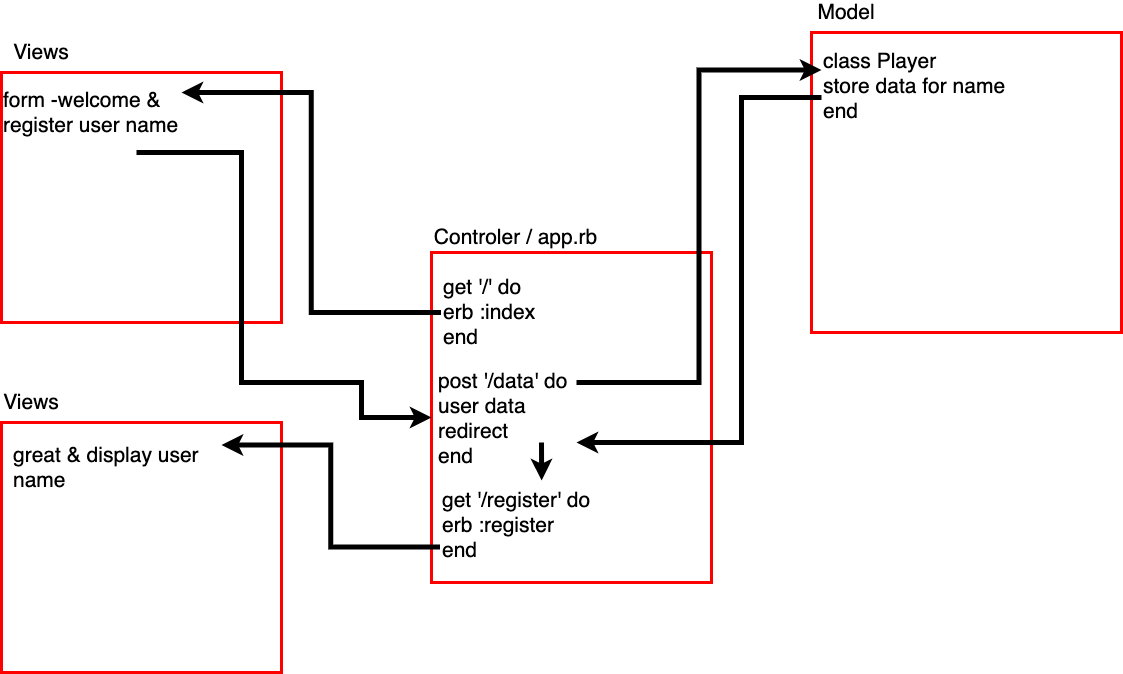
Before: diagram.drawio.png, a diagram exported from draw.io (makersacademy/rps-challenge-apprenticeships). Source tidied: cells renumbered, new cells last; positions are measured from the earlier drawing's top-left corner, leaving out a move shared by most shapes.
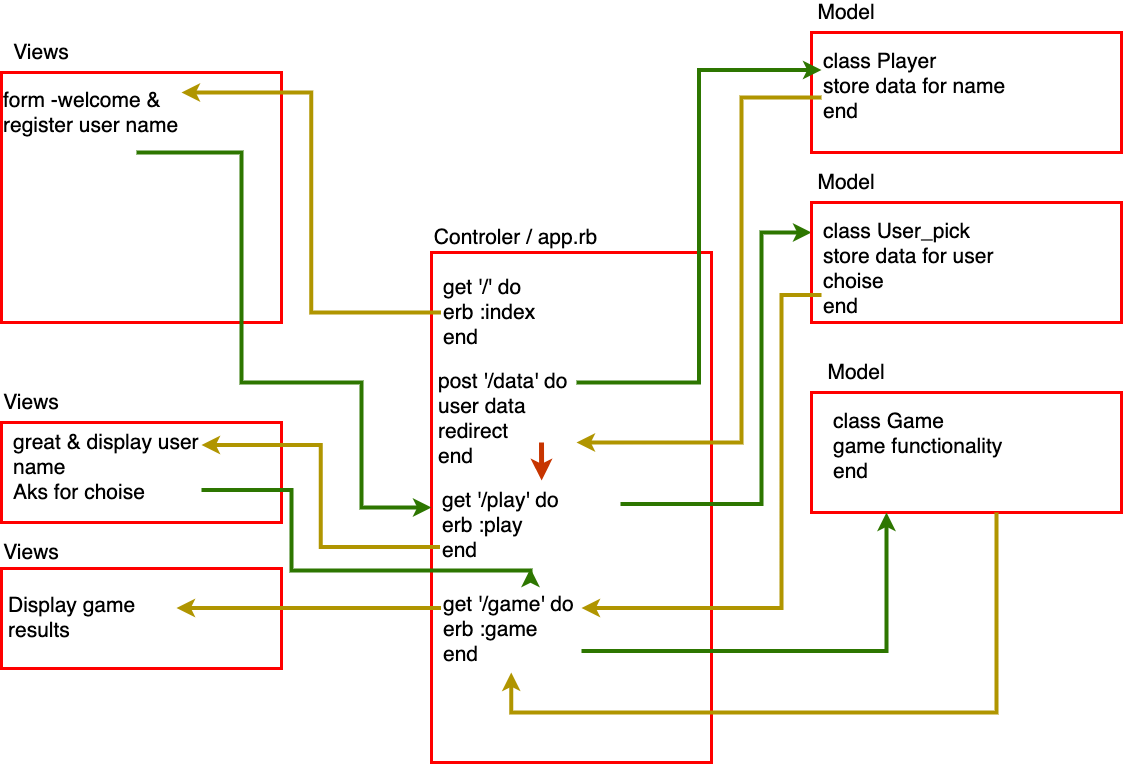
Above is the later version.

The edit, as a diff of the source:
```diff
@@ -3,10 +3,10 @@
     <mxCell id="0" />
     <mxCell id="1" parent="0" />
     <mxCell id="2" style="rounded=0;whiteSpace=wrap;html=1;fontSize=21;strokeWidth=3;fillColor=none;strokeColor=#FF0000;" parent="1" vertex="1">
-      <mxGeometry y="420" width="280" height="250" as="geometry" />
+      <mxGeometry y="420" width="280" height="100" as="geometry" />
     </mxCell>
     <mxCell id="3" style="rounded=0;whiteSpace=wrap;html=1;strokeWidth=3;fillColor=none;strokeColor=#FF0000;" parent="1" vertex="1">
-      <mxGeometry x="430" y="250" width="280" height="330" as="geometry" />
+      <mxGeometry x="430" y="250" width="280" height="510" as="geometry" />
     </mxCell>
     <mxCell id="4" value="Controler / app.rb" style="text;html=1;strokeColor=none;fillColor=none;align=center;verticalAlign=middle;whiteSpace=wrap;rounded=0;fontSize=21;" parent="1" vertex="1">
       <mxGeometry x="410" y="225" width="209" height="20" as="geometry" />
@@ -18,47 +18,64 @@
       <mxGeometry x="20" y="40" width="40" height="20" as="geometry" />
     </mxCell>
     <mxCell id="7" style="rounded=0;whiteSpace=wrap;html=1;fontSize=21;strokeWidth=3;fillColor=none;strokeColor=#FF0000;" parent="1" vertex="1">
-      <mxGeometry x="810" y="30" width="310" height="300" as="geometry" />
+      <mxGeometry x="810" y="30" width="310" height="120" as="geometry" />
     </mxCell>
     <mxCell id="8" value="Model" style="text;html=1;strokeColor=none;fillColor=none;align=center;verticalAlign=middle;whiteSpace=wrap;rounded=0;fontSize=21;" parent="1" vertex="1">
       <mxGeometry x="810" width="70" height="20" as="geometry" />
     </mxCell>
-    <mxCell id="9" style="edgeStyle=orthogonalEdgeStyle;rounded=0;jettySize=auto;html=1;exitX=0;exitY=0.5;exitDx=0;exitDy=0;entryX=1;entryY=0.25;entryDx=0;entryDy=0;fontSize=21;strokeWidth=5;" parent="1" edge="1" source="11" target="13">
+    <mxCell id="9" style="edgeStyle=orthogonalEdgeStyle;rounded=0;jettySize=auto;html=1;exitX=0;exitY=0.5;exitDx=0;exitDy=0;entryX=1;entryY=0.25;entryDx=0;entryDy=0;fontSize=21;strokeWidth=4;fillColor=#e3c800;strokeColor=#B09500;" parent="1" edge="1" source="11" target="13">
       <mxGeometry relative="1" as="geometry" />
     </mxCell>
-    <mxCell id="10" style="edgeStyle=orthogonalEdgeStyle;rounded=0;jettySize=auto;html=1;exitX=1;exitY=0.25;exitDx=0;exitDy=0;fontSize=21;strokeWidth=5;entryX=0;entryY=0.25;entryDx=0;entryDy=0;" parent="1" edge="1" source="21" target="19">
+    <mxCell id="10" style="edgeStyle=orthogonalEdgeStyle;rounded=0;jettySize=auto;html=1;exitX=1;exitY=0.25;exitDx=0;exitDy=0;fontSize=21;strokeWidth=4;entryX=0;entryY=0.25;entryDx=0;entryDy=0;fillColor=#60a917;strokeColor=#2D7600;" parent="1" edge="1" source="21" target="19">
       <mxGeometry relative="1" as="geometry" />
     </mxCell>
     <mxCell id="11" value="get '/' do&lt;br&gt;&lt;div&gt;&lt;span&gt;erb :index&lt;/span&gt;&lt;/div&gt;&lt;div&gt;&lt;span&gt;end&lt;/span&gt;&lt;/div&gt;" style="text;html=1;strokeColor=none;fillColor=none;align=left;verticalAlign=middle;whiteSpace=wrap;rounded=0;fontSize=21;" parent="1" vertex="1">
       <mxGeometry x="439.5" y="270" width="150" height="80" as="geometry" />
     </mxCell>
-    <mxCell id="12" style="edgeStyle=orthogonalEdgeStyle;rounded=0;jettySize=auto;html=1;entryX=0;entryY=0.5;entryDx=0;entryDy=0;fontSize=21;strokeWidth=5;" parent="1" edge="1" target="3">
+    <mxCell id="12" style="edgeStyle=orthogonalEdgeStyle;rounded=0;jettySize=auto;html=1;entryX=0;entryY=0.5;entryDx=0;entryDy=0;fontSize=21;strokeWidth=4;fillColor=#60a917;strokeColor=#2D7600;" parent="1" edge="1" target="3">
       <mxGeometry relative="1" as="geometry">
         <mxPoint x="135" y="150" as="sourcePoint" />
         <Array as="points">
           <mxPoint x="240" y="150" />
           <mxPoint x="240" y="380" />
           <mxPoint x="360" y="380" />
-          <mxPoint x="360" y="415" />
+          <mxPoint x="360" y="505" />
         </Array>
       </mxGeometry>
     </mxCell>
     <mxCell id="13" value="form -welcome &amp;amp;&amp;nbsp; register user name" style="text;html=1;strokeColor=none;fillColor=none;align=left;verticalAlign=middle;whiteSpace=wrap;rounded=0;fontSize=21;" parent="1" vertex="1">
       <mxGeometry y="70" width="180" height="80" as="geometry" />
     </mxCell>
-    <mxCell id="14" style="edgeStyle=orthogonalEdgeStyle;rounded=0;jettySize=auto;html=1;exitX=0;exitY=0.75;exitDx=0;exitDy=0;entryX=1;entryY=0.25;entryDx=0;entryDy=0;fontSize=21;strokeWidth=5;" parent="1" edge="1" source="15" target="16">
+    <mxCell id="14" style="edgeStyle=orthogonalEdgeStyle;rounded=0;jettySize=auto;html=1;exitX=0;exitY=0.75;exitDx=0;exitDy=0;entryX=1;entryY=0.25;entryDx=0;entryDy=0;fontSize=21;strokeWidth=4;fillColor=#e3c800;strokeColor=#B09500;" parent="1" edge="1" source="15" target="16">
       <mxGeometry relative="1" as="geometry" />
     </mxCell>
+    <mxCell id="22" style="edgeStyle=orthogonalEdgeStyle;rounded=0;jettySize=auto;html=1;exitX=1;exitY=0.25;exitDx=0;exitDy=0;fontSize=21;strokeWidth=4;entryX=0;entryY=0.25;entryDx=0;entryDy=0;fillColor=#60a917;strokeColor=#2D7600;" parent="1" edge="1" source="15" target="27">
+      <mxGeometry relative="1" as="geometry">
+        <Array as="points">
+          <mxPoint x="760" y="501" />
+          <mxPoint x="760" y="230" />
+        </Array>
+      </mxGeometry>
+    </mxCell>
-    <mxCell id="15" value="get '/register' do&lt;br&gt;&lt;div&gt;&lt;span&gt;erb :register&lt;/span&gt;&lt;/div&gt;&lt;div&gt;&lt;span&gt;end&lt;/span&gt;&lt;/div&gt;" style="text;html=1;strokeColor=none;fillColor=none;align=left;verticalAlign=middle;whiteSpace=wrap;rounded=0;fontSize=21;" parent="1" vertex="1">
+    <mxCell id="15" value="get '/play' do&lt;br&gt;&lt;div&gt;&lt;span&gt;erb :play&lt;/span&gt;&lt;/div&gt;&lt;div&gt;&lt;span&gt;end&lt;/span&gt;&lt;/div&gt;" style="text;html=1;strokeColor=none;fillColor=none;align=left;verticalAlign=middle;whiteSpace=wrap;rounded=0;fontSize=21;" parent="1" vertex="1">
       <mxGeometry x="438.5" y="480" width="180.5" height="86" as="geometry" />
     </mxCell>
+    <mxCell id="23" style="edgeStyle=orthogonalEdgeStyle;rounded=0;jettySize=auto;html=1;exitX=1;exitY=0.75;exitDx=0;exitDy=0;fontSize=21;strokeWidth=4;fillColor=#60a917;strokeColor=#2D7600;" parent="1" edge="1" source="16" target="15">
+      <mxGeometry relative="1" as="geometry">
+        <Array as="points">
+          <mxPoint x="290" y="487" />
+          <mxPoint x="290" y="568" />
+          <mxPoint x="529" y="568" />
+        </Array>
+      </mxGeometry>
+    </mxCell>
-    <mxCell id="16" value="great &amp;amp; display user name" style="text;html=1;strokeColor=none;fillColor=none;align=left;verticalAlign=middle;whiteSpace=wrap;rounded=0;fontSize=21;" parent="1" vertex="1">
-      <mxGeometry x="10" y="420" width="210" height="90" as="geometry" />
+    <mxCell id="16" value="great &amp;amp; display user name&lt;br&gt;Aks for choise" style="text;html=1;strokeColor=none;fillColor=none;align=left;verticalAlign=middle;whiteSpace=wrap;rounded=0;fontSize=21;" parent="1" vertex="1">
+      <mxGeometry x="10" y="420" width="190" height="90" as="geometry" />
     </mxCell>
     <mxCell id="17" value="Views" style="text;html=1;strokeColor=none;fillColor=none;align=center;verticalAlign=middle;whiteSpace=wrap;rounded=0;fontSize=21;" parent="1" vertex="1">
       <mxGeometry x="10" y="390" width="40" height="20" as="geometry" />
     </mxCell>
-    <mxCell id="18" style="edgeStyle=orthogonalEdgeStyle;rounded=0;jettySize=auto;html=1;exitX=0;exitY=0.5;exitDx=0;exitDy=0;fontSize=21;strokeWidth=5;entryX=1;entryY=1;entryDx=0;entryDy=0;" parent="1" edge="1" source="19" target="21">
+    <mxCell id="18" style="edgeStyle=orthogonalEdgeStyle;rounded=0;jettySize=auto;html=1;exitX=0;exitY=0.5;exitDx=0;exitDy=0;fontSize=21;strokeWidth=4;entryX=1;entryY=1;entryDx=0;entryDy=0;fillColor=#e3c800;strokeColor=#B09500;" parent="1" edge="1" source="19" target="21">
       <mxGeometry relative="1" as="geometry">
         <Array as="points">
           <mxPoint x="740" y="95" />
@@ -69,11 +86,68 @@
     <mxCell id="19" value="class Player&lt;br&gt;store data for name&lt;br&gt;end" style="text;html=1;strokeColor=none;fillColor=none;align=left;verticalAlign=top;whiteSpace=wrap;rounded=0;fontSize=21;" parent="1" vertex="1">
       <mxGeometry x="820" y="40" width="220" height="110" as="geometry" />
     </mxCell>
-    <mxCell id="20" style="edgeStyle=orthogonalEdgeStyle;rounded=0;jettySize=auto;html=1;exitX=0.75;exitY=1;exitDx=0;exitDy=0;entryX=0.563;entryY=-0.023;entryDx=0;entryDy=0;entryPerimeter=0;fontSize=21;strokeWidth=5;" parent="1" edge="1" source="21" target="15">
+    <mxCell id="20" style="edgeStyle=orthogonalEdgeStyle;rounded=0;jettySize=auto;html=1;exitX=0.75;exitY=1;exitDx=0;exitDy=0;entryX=0.563;entryY=-0.023;entryDx=0;entryDy=0;entryPerimeter=0;fontSize=21;strokeWidth=5;fillColor=#fa6800;strokeColor=#C73500;" parent="1" edge="1" source="21" target="15">
       <mxGeometry relative="1" as="geometry" />
     </mxCell>
     <mxCell id="21" value="post '/data' do&lt;br&gt;user data&lt;br&gt;redirect&lt;br&gt;end" style="text;html=1;strokeColor=none;fillColor=none;align=left;verticalAlign=top;whiteSpace=wrap;rounded=0;fontSize=21;" parent="1" vertex="1">
       <mxGeometry x="435" y="360" width="140" height="80" as="geometry" />
     </mxCell>
+    <mxCell id="24" style="rounded=0;whiteSpace=wrap;html=1;fontSize=21;strokeWidth=3;fillColor=none;strokeColor=#FF0000;" parent="1" vertex="1">
+      <mxGeometry y="566" width="280" height="100" as="geometry" />
+    </mxCell>
+    <mxCell id="25" value="Display game results" style="text;html=1;strokeColor=none;fillColor=none;align=left;verticalAlign=top;whiteSpace=wrap;rounded=0;fontSize=21;" parent="1" vertex="1">
+      <mxGeometry x="5" y="584" width="170" height="64" as="geometry" />
+    </mxCell>
+    <mxCell id="26" value="Views" style="text;html=1;strokeColor=none;fillColor=none;align=center;verticalAlign=middle;whiteSpace=wrap;rounded=0;fontSize=21;" parent="1" vertex="1">
+      <mxGeometry x="10" y="540" width="40" height="20" as="geometry" />
+    </mxCell>
+    <mxCell id="27" style="rounded=0;whiteSpace=wrap;html=1;fontSize=21;strokeWidth=3;fillColor=none;strokeColor=#FF0000;" parent="1" vertex="1">
+      <mxGeometry x="810" y="200" width="310" height="120" as="geometry" />
+    </mxCell>
+    <mxCell id="28" value="Model" style="text;html=1;strokeColor=none;fillColor=none;align=center;verticalAlign=middle;whiteSpace=wrap;rounded=0;fontSize=21;" parent="1" vertex="1">
+      <mxGeometry x="810" y="170" width="70" height="20" as="geometry" />
+    </mxCell>
+    <mxCell id="29" style="edgeStyle=orthogonalEdgeStyle;rounded=0;jettySize=auto;html=1;exitX=0;exitY=0.75;exitDx=0;exitDy=0;fontSize=21;strokeWidth=4;entryX=1;entryY=0.25;entryDx=0;entryDy=0;fillColor=#e3c800;strokeColor=#B09500;" parent="1" edge="1" source="30" target="37">
+      <mxGeometry relative="1" as="geometry">
+        <Array as="points">
+          <mxPoint x="780" y="293" />
+          <mxPoint x="780" y="606" />
+        </Array>
+      </mxGeometry>
+    </mxCell>
+    <mxCell id="30" value="class User_pick&lt;br&gt;store data for user choise&lt;br&gt;end" style="text;html=1;strokeColor=none;fillColor=none;align=left;verticalAlign=top;whiteSpace=wrap;rounded=0;fontSize=21;" parent="1" vertex="1">
+      <mxGeometry x="820" y="210" width="220" height="110" as="geometry" />
+    </mxCell>
+    <mxCell id="31" style="rounded=0;whiteSpace=wrap;html=1;fontSize=21;strokeWidth=3;fillColor=none;strokeColor=#FF0000;" parent="1" vertex="1">
+      <mxGeometry x="810" y="390" width="310" height="120" as="geometry" />
+    </mxCell>
+    <mxCell id="32" value="Model" style="text;html=1;strokeColor=none;fillColor=none;align=center;verticalAlign=middle;whiteSpace=wrap;rounded=0;fontSize=21;" parent="1" vertex="1">
+      <mxGeometry x="820" y="360" width="70" height="20" as="geometry" />
+    </mxCell>
+    <mxCell id="33" style="edgeStyle=orthogonalEdgeStyle;rounded=0;jettySize=auto;html=1;exitX=0.75;exitY=1;exitDx=0;exitDy=0;entryX=0.5;entryY=1;entryDx=0;entryDy=0;fontSize=21;strokeWidth=4;fillColor=#e3c800;strokeColor=#B09500;" parent="1" edge="1" source="34" target="37">
+      <mxGeometry relative="1" as="geometry">
+        <Array as="points">
+          <mxPoint x="995" y="710" />
+          <mxPoint x="510" y="710" />
+        </Array>
+      </mxGeometry>
+    </mxCell>
+    <mxCell id="34" value="class Game&lt;br&gt;game functionality&lt;br&gt;end" style="text;html=1;strokeColor=none;fillColor=none;align=left;verticalAlign=top;whiteSpace=wrap;rounded=0;fontSize=21;" parent="1" vertex="1">
+      <mxGeometry x="830" y="400" width="220" height="110" as="geometry" />
+    </mxCell>
+    <mxCell id="35" style="edgeStyle=orthogonalEdgeStyle;rounded=0;jettySize=auto;html=1;exitX=1;exitY=0.75;exitDx=0;exitDy=0;entryX=0.25;entryY=1;entryDx=0;entryDy=0;fontSize=21;strokeWidth=4;fillColor=#60a917;strokeColor=#2D7600;" parent="1" edge="1" source="37" target="34">
+      <mxGeometry relative="1" as="geometry" />
+    </mxCell>
+    <mxCell id="36" style="edgeStyle=orthogonalEdgeStyle;rounded=0;jettySize=auto;html=1;exitX=0;exitY=0.25;exitDx=0;exitDy=0;fontSize=21;strokeWidth=4;fillColor=#e3c800;strokeColor=#B09500;" parent="1" edge="1" source="37" target="25">
+      <mxGeometry relative="1" as="geometry">
+        <Array as="points">
+          <mxPoint x="240" y="605" />
+          <mxPoint x="240" y="605" />
+        </Array>
+      </mxGeometry>
+    </mxCell>
+    <mxCell id="37" value="get '/game' do&lt;br&gt;&lt;div&gt;&lt;span&gt;erb :game&lt;/span&gt;&lt;/div&gt;&lt;div&gt;&lt;span&gt;end&lt;/span&gt;&lt;/div&gt;" style="text;html=1;strokeColor=none;fillColor=none;align=left;verticalAlign=middle;whiteSpace=wrap;rounded=0;fontSize=21;" parent="1" vertex="1">
+      <mxGeometry x="439.5" y="584" width="140.5" height="86" as="geometry" />
+    </mxCell>
   </root>
 </mxGraphModel>
```
